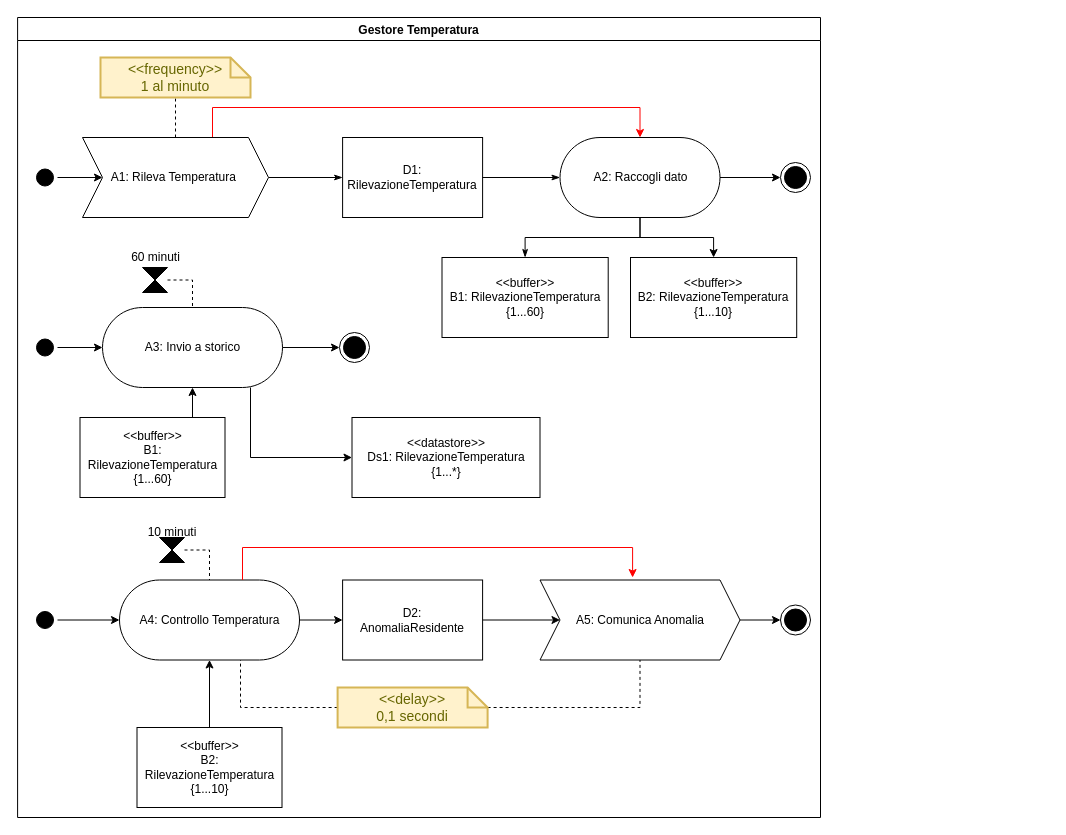
The draw.io diagram page "Gestore Temperatura" (2 of 7) of Progetto/Diagrammi_Attivita/DiagrammiAttivita.drawio in Wonderjack996/unimib-software-architecture, before the edit. Source tidied: cells renumbered, new cells numbered last; positions are measured from the earlier drawing's top-left corner, leaving out a move shared by most shapes. Both pictures are drawn from the tidied source at 100%, with x=0, y=0 at pixel (17, 17).
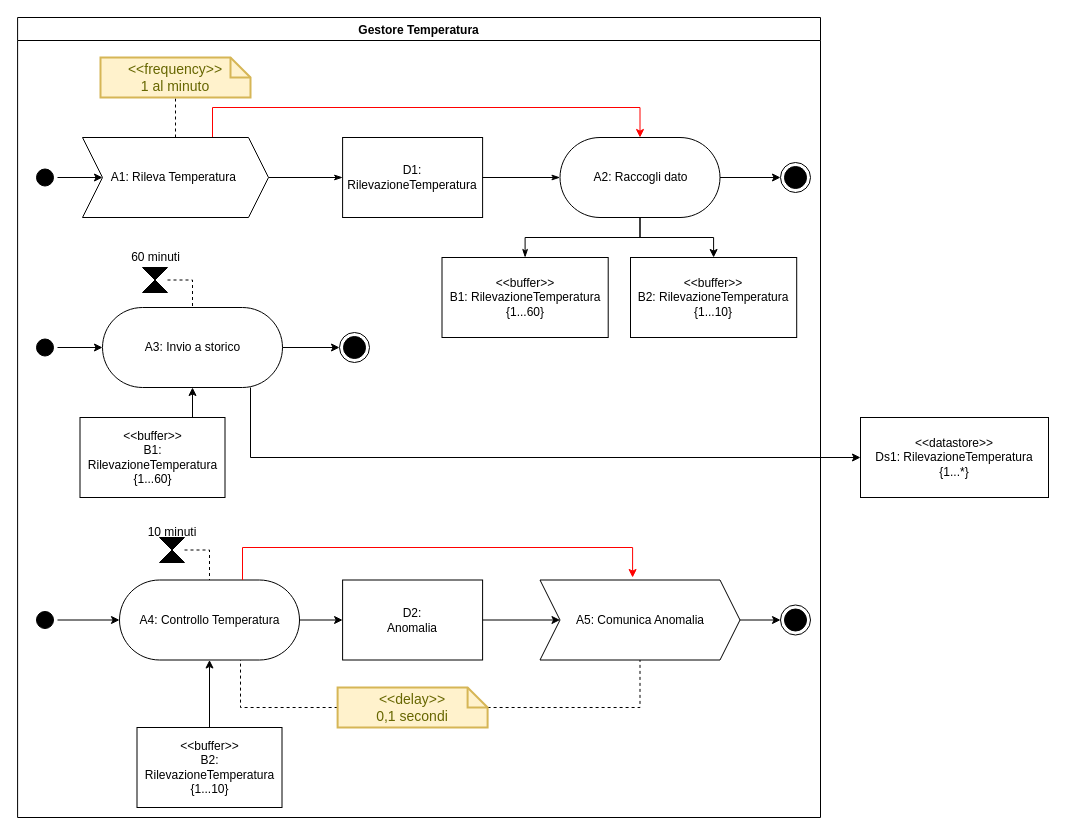
After the change.

The change refers to these unchanged cells:
```xml
<mxCell id="13" value="Gestore Temperatura" style="swimlane;" parent="1" vertex="1">
  <mxGeometry x="0.1" width="802.9" height="800" as="geometry" />
</mxCell>
<mxCell id="16" value="&lt;div&gt;A3: Invio a storico&lt;/div&gt;" style="html=1;dashed=0;whitespace=wrap;shape=mxgraph.dfd.start;" parent="13" vertex="1">
  <mxGeometry x="84.9" y="290" width="180" height="80" as="geometry" />
</mxCell>
```

Change to the diagram source:
```diff
@@
-    <mxCell id="36" value="D2:&lt;br&gt;AnomaliaResidente" style="rounded=0;whiteSpace=wrap;html=1;" parent="13" vertex="1">
+    <mxCell id="36" value="D2:&lt;br&gt;Anomalia" style="rounded=0;whiteSpace=wrap;html=1;" parent="13" vertex="1">
       <mxGeometry x="325" y="562.5" width="140" height="80" as="geometry" />
     </mxCell>
@@
-    <mxCell id="47" value="&lt;div&gt;&amp;lt;&amp;lt;datastore&amp;gt;&amp;gt;&lt;/div&gt;&lt;div&gt;Ds1: RilevazioneTemperatura&lt;/div&gt;&lt;div&gt;&lt;span style=&quot;background-color: initial;&quot;&gt;{1...*}&lt;/span&gt;&lt;/div&gt;" style="rounded=0;whiteSpace=wrap;html=1;" parent="13" vertex="1">
-      <mxGeometry x="334.4" y="400" width="188" height="80" as="geometry" />
+    <mxCell id="47" value="&lt;div&gt;&amp;lt;&amp;lt;datastore&amp;gt;&amp;gt;&lt;/div&gt;&lt;div&gt;Ds1: RilevazioneTemperatura&lt;/div&gt;&lt;div&gt;&lt;span style=&quot;background-color: initial;&quot;&gt;{1...*}&lt;/span&gt;&lt;/div&gt;" style="rounded=0;whiteSpace=wrap;html=1;" parent="1" vertex="1">
+      <mxGeometry x="843" y="400" width="188" height="80" as="geometry" />
     </mxCell>
-    <mxCell id="48" style="edgeStyle=orthogonalEdgeStyle;rounded=0;jettySize=auto;html=1;entryX=0;entryY=0.5;entryDx=0;entryDy=0;" parent="13" edge="1" source="16" target="47">
+    <mxCell id="48" style="edgeStyle=orthogonalEdgeStyle;rounded=0;jettySize=auto;html=1;entryX=0;entryY=0.5;entryDx=0;entryDy=0;" parent="1" edge="1" source="16" target="47">
       <mxGeometry relative="1" as="geometry">
         <Array as="points">
-          <mxPoint x="232.9" y="440" />
+          <mxPoint x="233" y="440" />
         </Array>
       </mxGeometry>
     </mxCell>
```
